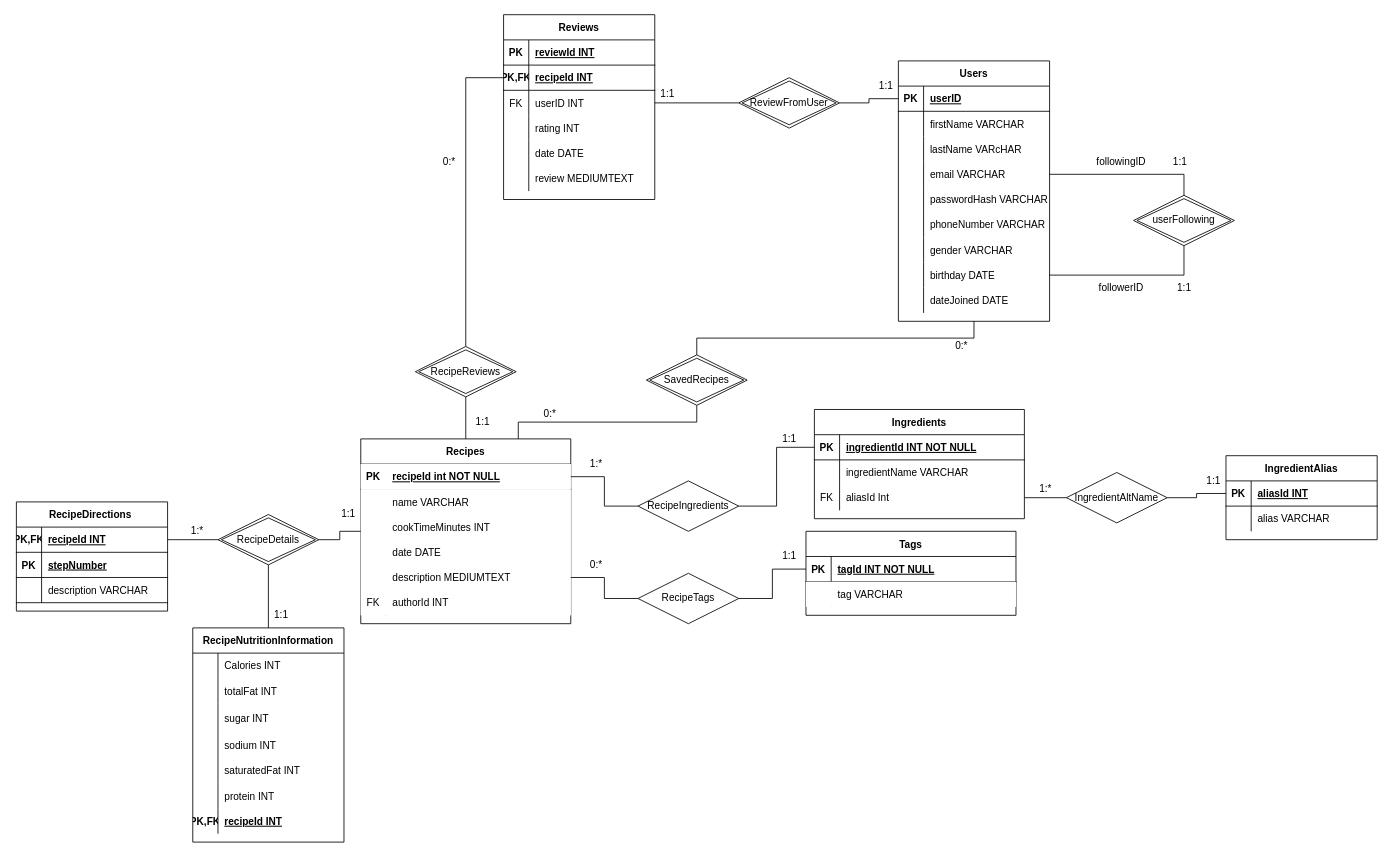
Above: ER Diagram.drawio in jaspk06/ECE356Project (draw.io), before the change. Source tidied: cells renumbered, new cells numbered last; positions are measured from the earlier drawing's top-left corner, leaving out a move shared by most shapes. Both pictures are drawn from the tidied source at 84%, with x=0, y=0 at pixel (16, 14).
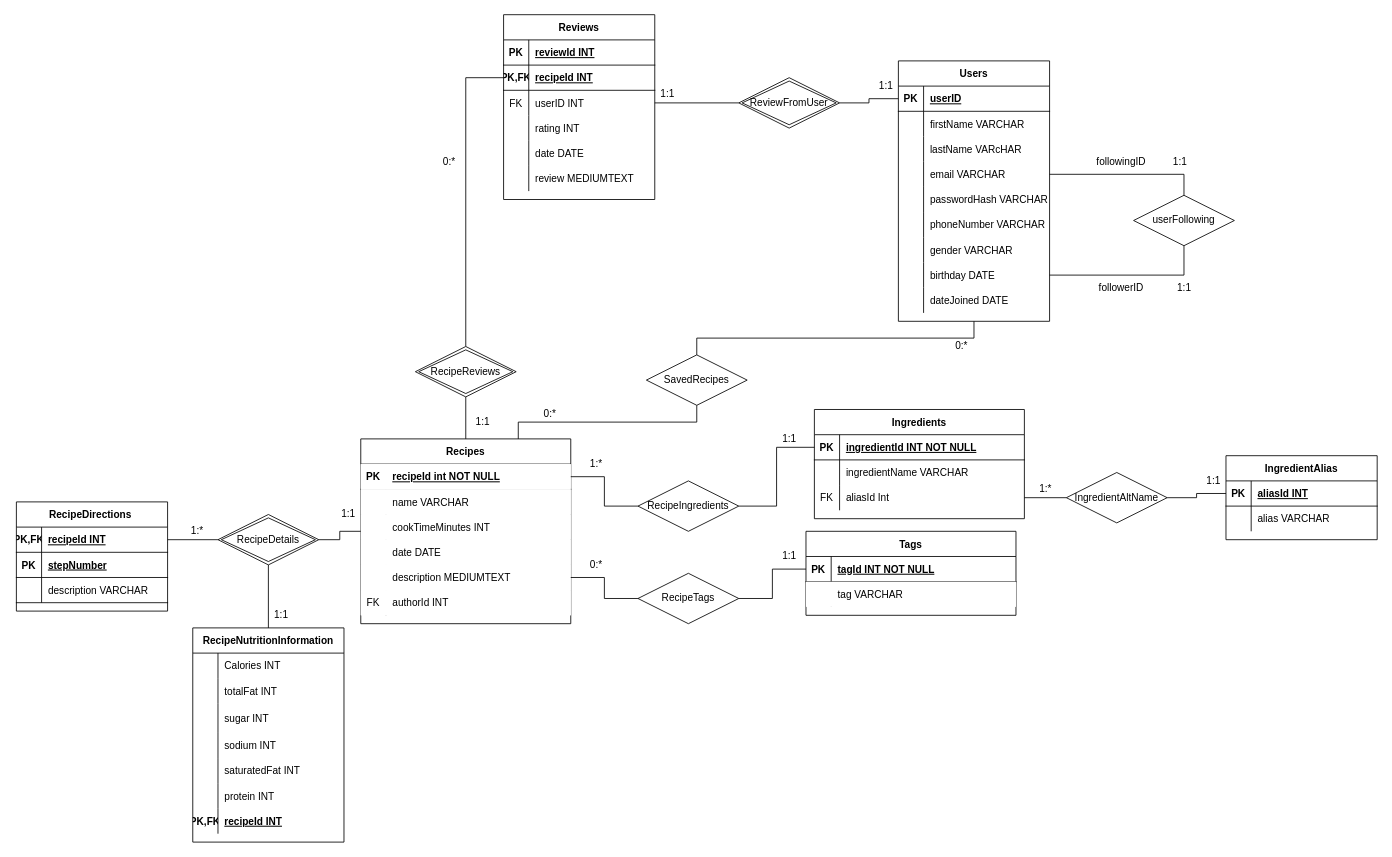
The same diagram, later.

Commit message:
changed some weak entity sets to strong

Change to the diagram source:
```diff
@@
-    <mxCell id="154" value="SavedRecipes" style="shape=rhombus;double=1;perimeter=rhombusPerimeter;whiteSpace=wrap;html=1;align=center;" parent="1" vertex="1">
+    <mxCell id="154" value="SavedRecipes" style="shape=rhombus;double=0;perimeter=rhombusPerimeter;whiteSpace=wrap;html=1;align=center;" parent="1" vertex="1">
       <mxGeometry x="750" y="405" width="120" height="60" as="geometry" />
     </mxCell>
@@
-    <mxCell id="163" value="userFollowing" style="shape=rhombus;double=1;perimeter=rhombusPerimeter;whiteSpace=wrap;html=1;align=center;" parent="1" vertex="1">
+    <mxCell id="163" value="userFollowing" style="shape=rhombus;perimeter=rhombusPerimeter;whiteSpace=wrap;html=1;align=center;strokeWidth=1;strokeColor=default;fillColor=default;" parent="1" vertex="1">
       <mxGeometry x="1330" y="215" width="120" height="60" as="geometry" />
     </mxCell>
```
